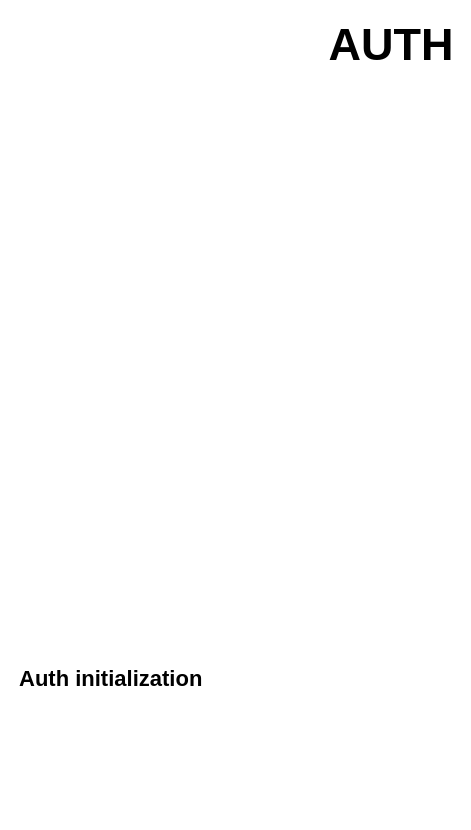
The draw.io diagram diagram/251127_AUTH_flow.drawio in Jwoo0725/Ki, before the edit. Source tidied: cells renumbered, new cells numbered last; positions are measured from the earlier drawing's top-left corner, leaving out a move shared by most shapes. Both pictures are drawn from the tidied source at 100%, with x=0, y=0 at pixel (17, 29).
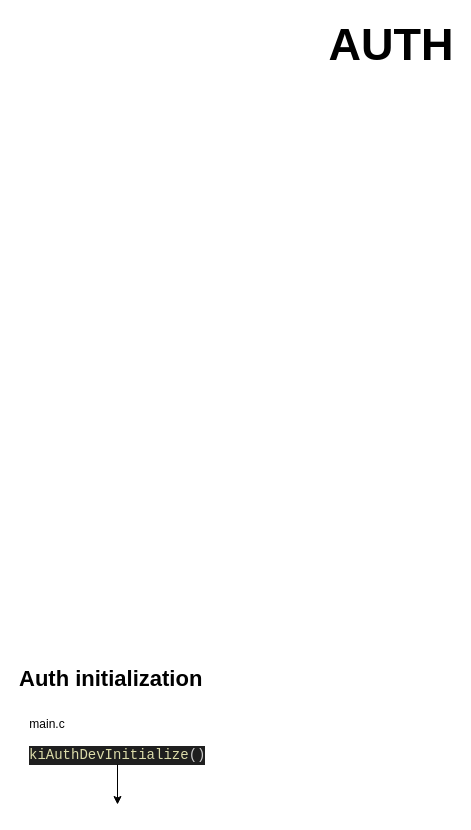
The same page after the edit.

Diff of the diagram source:
```diff
@@
 <mxGraphModel>
   <root>
     <mxCell id="0" />
     <mxCell id="1" parent="0" />
     <mxCell id="2" value="AUTH" style="text;html=1;whiteSpace=wrap;strokeColor=none;fillColor=none;align=center;verticalAlign=middle;rounded=0;fontStyle=1;fontSize=45;" parent="1" vertex="1">
       <mxGeometry x="344" width="60" height="30" as="geometry" />
     </mxCell>
     <mxCell id="3" value="&lt;b&gt;Auth initialization&lt;/b&gt;" style="text;html=1;whiteSpace=wrap;strokeColor=none;fillColor=none;align=left;verticalAlign=middle;rounded=0;fontSize=22;" parent="1" vertex="1">
       <mxGeometry y="630" width="230" height="40" as="geometry" />
     </mxCell>
+    <mxCell id="4" value="&lt;div style=&quot;color: #cccccc;background-color: #1f1f1f;font-family: Consolas, 'Courier New', monospace;font-weight: normal;font-size: 14px;line-height: 19px;white-space: pre;&quot;&gt;&lt;div&gt;&lt;span style=&quot;color: #dcdcaa;&quot;&gt;kiAuthDevInitialize&lt;/span&gt;&lt;span style=&quot;color: #cccccc;&quot;&gt;()&lt;/span&gt;&lt;/div&gt;&lt;/div&gt;" style="text;whiteSpace=wrap;html=1;" parent="1" vertex="1">
+      <mxGeometry x="10" y="710" width="200" height="40" as="geometry" />
+    </mxCell>
+    <mxCell id="5" style="edgeStyle=none;orthogonalLoop=1;jettySize=auto;html=1;rounded=0;" parent="1" edge="1">
+      <mxGeometry relative="1" as="geometry">
+        <mxPoint x="100" y="735" as="sourcePoint" />
+        <mxPoint x="100" y="775" as="targetPoint" />
+      </mxGeometry>
+    </mxCell>
+    <mxCell id="6" value="main.c" style="text;html=1;whiteSpace=wrap;strokeColor=none;fillColor=none;align=center;verticalAlign=middle;rounded=0;" parent="1" vertex="1">
+      <mxGeometry y="680" width="60" height="30" as="geometry" />
+    </mxCell>
   </root>
 </mxGraphModel>
```
